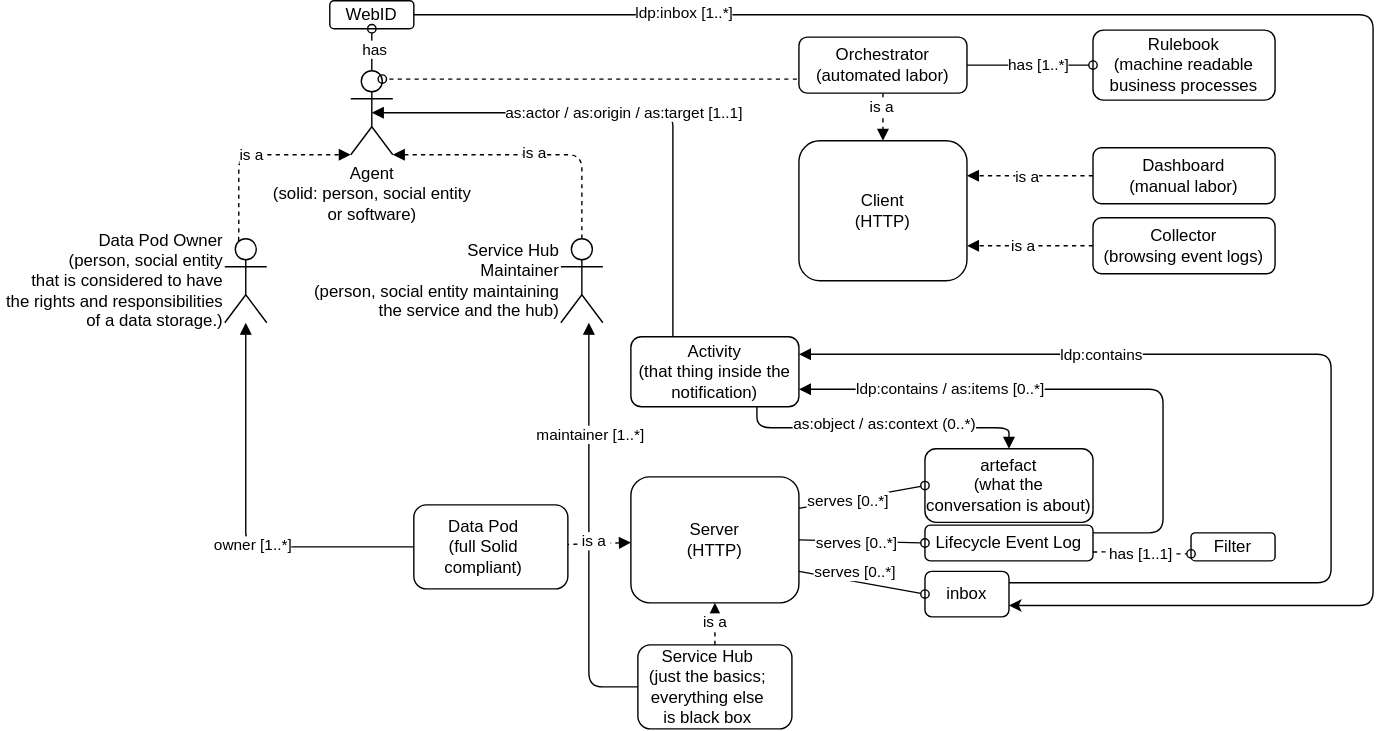
Above: images/terminology.svg in MellonScholarlyCommunication/spec-overview (draw.io), before the change. Source tidied: cells renumbered, new cells last; positions are measured from the earlier drawing's top-left corner, leaving out a move shared by most shapes.
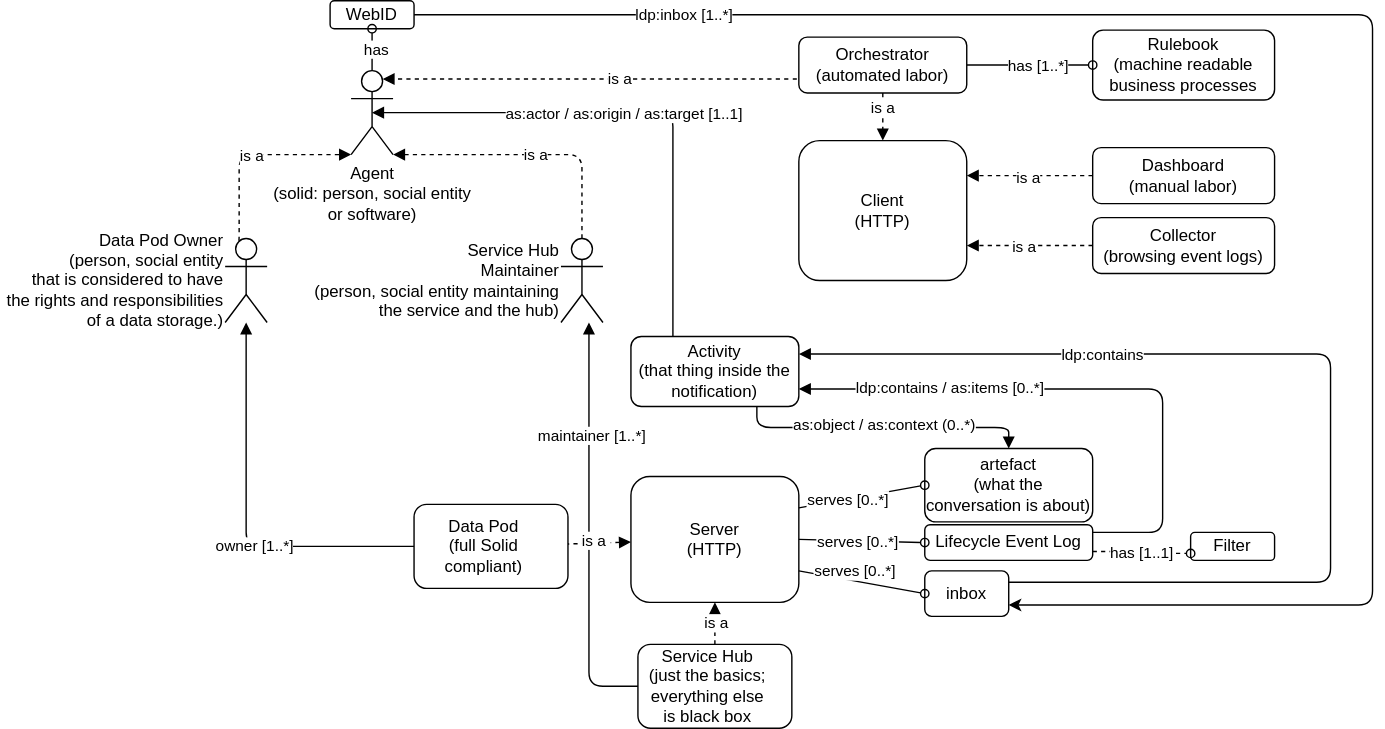
Above is the later version.

Commit message:
Updates terminology diagram svg

What changed in the source:
```diff
@@ -191,13 +191,16 @@
         <mxPoint x="12" y="1" as="offset" />
       </mxGeometry>
     </mxCell>
-    <mxCell id="49" style="edgeStyle=orthogonalEdgeStyle;html=1;startArrow=none;startFill=0;endArrow=oval;endFill=0;dashed=1;entryX=0.75;entryY=0.1;entryDx=0;entryDy=0;entryPerimeter=0;exitX=0;exitY=0.75;exitDx=0;exitDy=0;" parent="1" edge="1" source="50" target="6">
+    <mxCell id="49" style="edgeStyle=orthogonalEdgeStyle;html=1;startArrow=none;startFill=0;endArrow=block;endFill=1;dashed=1;entryX=0.75;entryY=0.1;entryDx=0;entryDy=0;entryPerimeter=0;exitX=0;exitY=0.75;exitDx=0;exitDy=0;" parent="1" edge="1" source="50" target="6">
       <mxGeometry relative="1" as="geometry">
         <Array as="points">
           <mxPoint x="414" y="56" />
         </Array>
       </mxGeometry>
     </mxCell>
+    <mxCell id="60" value="is a" style="edgeLabel;html=1;align=center;verticalAlign=middle;" parent="49" vertex="1">
+      <mxGeometry x="-0.11" y="-1" relative="1" as="geometry" />
+    </mxCell>
     <mxCell id="50" value="Orchestrator&lt;br&gt;(automated labor)" style="rounded=1;whiteSpace=wrap;html=1;fillColor=default;" parent="1" vertex="1">
       <mxGeometry x="410" y="26" width="120" height="40" as="geometry" />
     </mxCell>
```
